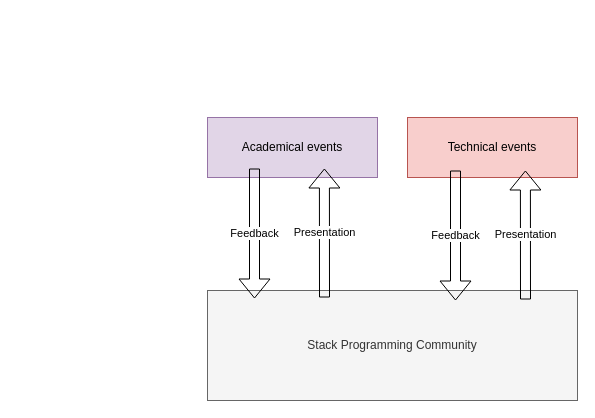
Earlier version of the draw.io diagram roadmap.drawio (Stack-Programing-Community/roadmap). Source tidied: cells renumbered, new cells numbered last; positions are measured from the earlier drawing's top-left corner, leaving out a move shared by most shapes. Both pictures are drawn from the tidied source at 100%, with x=0, y=0 at pixel (207, 117).
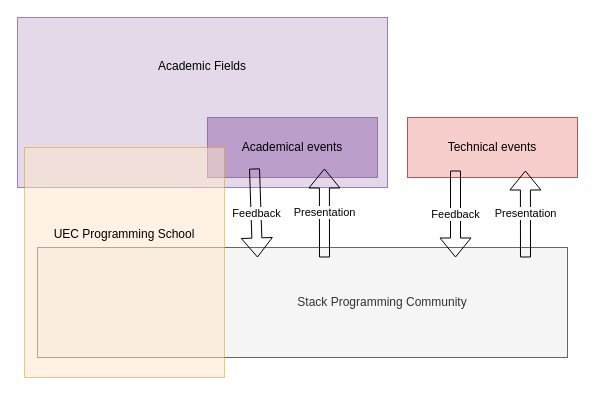
The same diagram, later.

Commit message (it also covers changes not shown here):
roadmap.drawio を更新します

The edit, as a diff of the source:
```diff
@@
 <mxGraphModel>
   <root>
     <mxCell id="0" />
     <mxCell id="1" parent="0" />
+    <mxCell id="9" value="&lt;div&gt;Academic Fields&lt;/div&gt;&lt;div&gt;&lt;br&gt;&lt;/div&gt;&lt;div&gt;&lt;br&gt;&lt;/div&gt;&lt;div&gt;&lt;br&gt;&lt;/div&gt;&lt;div&gt;&lt;br&gt;&lt;/div&gt;&lt;div&gt;&lt;br&gt;&lt;/div&gt;" style="rounded=0;whiteSpace=wrap;html=1;fillColor=#e1d5e7;strokeColor=#9673a6;opacity=90;" parent="1" vertex="1">
+      <mxGeometry x="-190" y="-100" width="370" height="170" as="geometry" />
+    </mxCell>
-    <mxCell id="2" value="Stack Programming Community" style="rounded=0;whiteSpace=wrap;html=1;fillColor=#f5f5f5;strokeColor=#666666;fontColor=#333333;" parent="1" vertex="1">
-      <mxGeometry y="173" width="370" height="110" as="geometry" />
+    <mxCell id="2" value="&lt;span style=&quot;white-space: pre;&quot;&gt;&#9;&lt;/span&gt;&lt;span style=&quot;white-space: pre;&quot;&gt;&#9;&lt;/span&gt;&lt;span style=&quot;white-space: pre;&quot;&gt;&#9;&lt;/span&gt;&lt;span style=&quot;white-space: pre;&quot;&gt;&#9;&lt;/span&gt;&lt;span style=&quot;white-space: pre;&quot;&gt;&#9;&lt;/span&gt;&lt;span style=&quot;white-space: pre;&quot;&gt;&#9;&lt;/span&gt;Stack Programming Community" style="rounded=0;whiteSpace=wrap;html=1;fillColor=#f5f5f5;strokeColor=#666666;fontColor=#333333;" parent="1" vertex="1">
+      <mxGeometry x="-170" y="130" width="530" height="110" as="geometry" />
     </mxCell>
-    <mxCell id="3" value="Academical events" style="rounded=0;whiteSpace=wrap;html=1;fillColor=#e1d5e7;strokeColor=#9673a6;" parent="1" vertex="1">
+    <mxCell id="3" value="Academical events" style="rounded=0;whiteSpace=wrap;html=1;fillColor=#bb9ec9;strokeColor=#9673a6;" parent="1" vertex="1">
       <mxGeometry width="170" height="60" as="geometry" />
     </mxCell>
     <mxCell id="4" value="Technical events" style="rounded=0;whiteSpace=wrap;html=1;fillColor=#f8cecc;strokeColor=#b85450;" parent="1" vertex="1">
       <mxGeometry x="200" width="170" height="60" as="geometry" />
     </mxCell>
     <mxCell id="5" value="Presentation" style="shape=flexArrow;endArrow=classic;html=1;rounded=0;entryX=0.529;entryY=1;entryDx=0;entryDy=0;entryPerimeter=0;" parent="1" edge="1">
       <mxGeometry relative="1" as="geometry">
-        <mxPoint x="117" y="180" as="sourcePoint" />
+        <mxPoint x="117" y="140" as="sourcePoint" />
         <mxPoint x="116.9" y="51" as="targetPoint" />
       </mxGeometry>
     </mxCell>
     <mxCell id="6" value="Feedback" style="shape=flexArrow;endArrow=classic;html=1;rounded=0;" parent="1" edge="1">
       <mxGeometry relative="1" as="geometry">
         <mxPoint x="47" y="51" as="sourcePoint" />
-        <mxPoint x="47" y="181" as="targetPoint" />
+        <mxPoint x="50" y="140" as="targetPoint" />
       </mxGeometry>
     </mxCell>
     <mxCell id="7" value="Presentation" style="shape=flexArrow;endArrow=classic;html=1;rounded=0;entryX=0.529;entryY=1;entryDx=0;entryDy=0;entryPerimeter=0;" parent="1" edge="1">
       <mxGeometry relative="1" as="geometry">
-        <mxPoint x="318" y="182" as="sourcePoint" />
+        <mxPoint x="318" y="140" as="sourcePoint" />
         <mxPoint x="317.9" y="53" as="targetPoint" />
       </mxGeometry>
     </mxCell>
     <mxCell id="8" value="Feedback" style="shape=flexArrow;endArrow=classic;html=1;rounded=0;" parent="1" edge="1">
       <mxGeometry relative="1" as="geometry">
         <mxPoint x="248" y="53" as="sourcePoint" />
-        <mxPoint x="248" y="183" as="targetPoint" />
+        <mxPoint x="248" y="140" as="targetPoint" />
       </mxGeometry>
     </mxCell>
+    <mxCell id="10" value="&lt;div&gt;UEC Programming School&lt;/div&gt;&lt;div&gt;&lt;br&gt;&lt;/div&gt;&lt;div&gt;&lt;br&gt;&lt;/div&gt;&lt;div&gt;&lt;br&gt;&lt;/div&gt;&lt;div&gt;&lt;br&gt;&lt;/div&gt;" style="rounded=0;whiteSpace=wrap;html=1;fillColor=#ffe6cc;strokeColor=#d79b00;gradientColor=none;opacity=50;perimeterSpacing=50;" parent="1" vertex="1">
+      <mxGeometry x="-183" y="30" width="200" height="230" as="geometry" />
+    </mxCell>
   </root>
 </mxGraphModel>
```
